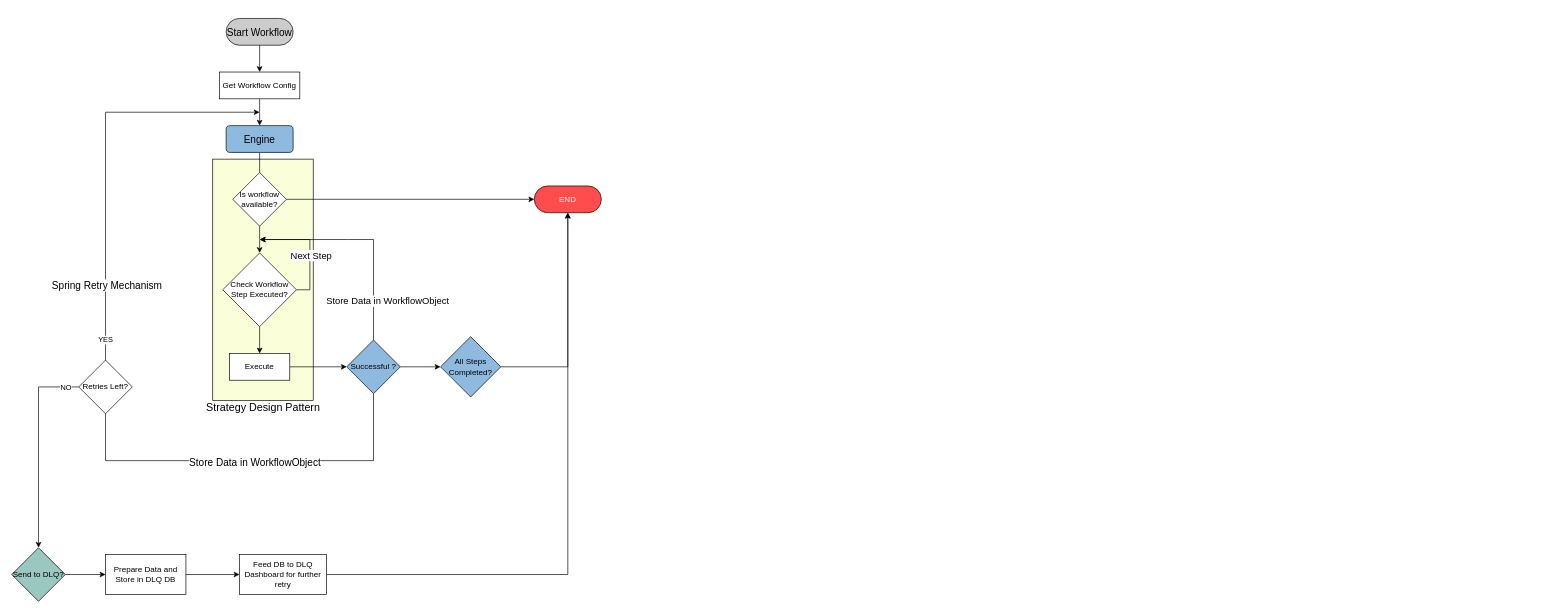
This is Untitled Diagram.drawio from sarathnadavalur/project_processFlows, a draw.io file, before an edit. Source tidied: cells renumbered, new cells numbered last; positions are measured from the earlier drawing's top-left corner, leaving out a move shared by most shapes. Both pictures are drawn from the tidied source at 67%, with x=0, y=0 at pixel (11, 18).
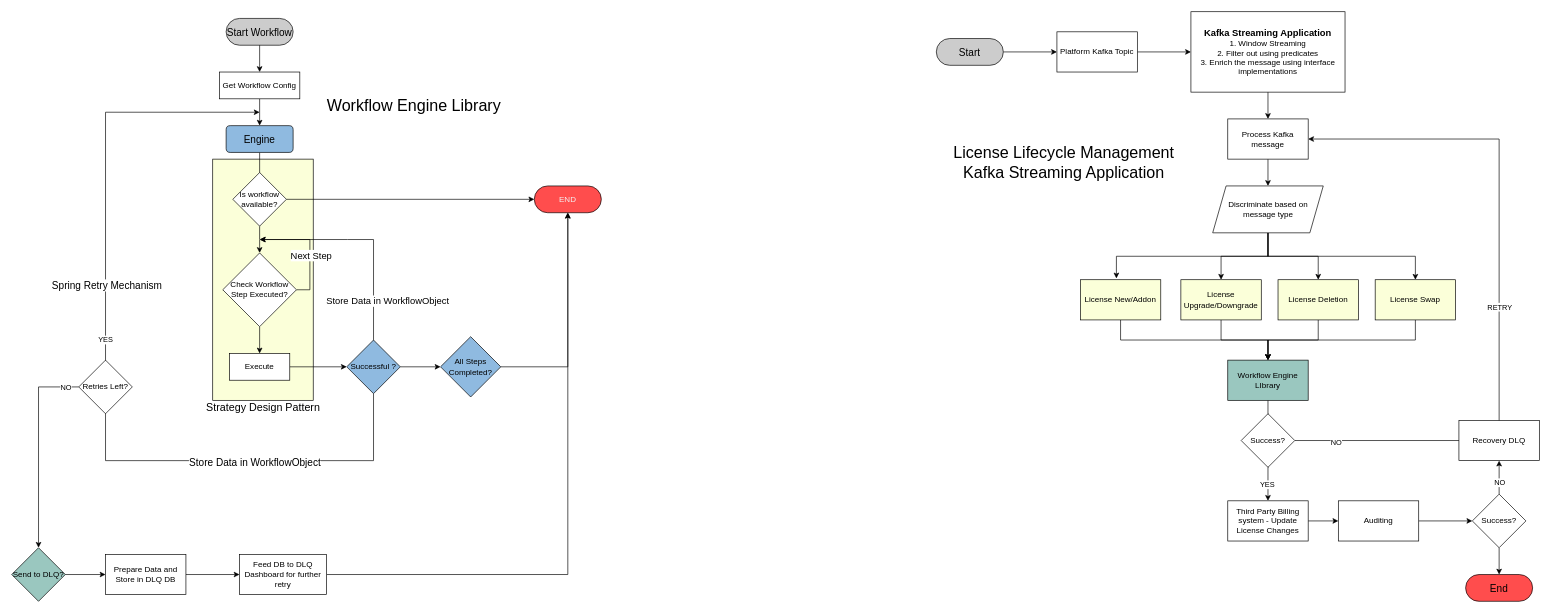
Above is the later version.

Diff of the diagram source:
```diff
@@
+    <mxCell id="39" value="&lt;font style=&quot;font-size: 24px;&quot;&gt;Workflow Engine Library&lt;/font&gt;" style="text;html=1;align=center;verticalAlign=middle;strokeColor=none;fillColor=none;" parent="1" vertex="1">
+      <mxGeometry x="460" y="110" width="280" height="40" as="geometry" />
+    </mxCell>
+    <mxCell id="40" style="edgeStyle=orthogonalEdgeStyle;rounded=0;jettySize=auto;html=1;exitX=1;exitY=0.5;exitDx=0;exitDy=0;" parent="1" edge="1" source="41" target="43">
+      <mxGeometry relative="1" as="geometry" />
+    </mxCell>
+    <mxCell id="41" value="Start" style="rounded=1;whiteSpace=wrap;html=1;arcSize=50;fillColor=#CCCCCC;fontSize=15;" parent="1" vertex="1">
+      <mxGeometry x="1380" y="30" width="100" height="40" as="geometry" />
+    </mxCell>
+    <mxCell id="42" style="edgeStyle=orthogonalEdgeStyle;rounded=0;jettySize=auto;html=1;" parent="1" edge="1" source="43" target="45">
+      <mxGeometry relative="1" as="geometry" />
+    </mxCell>
+    <mxCell id="43" value="Platform Kafka Topic" style="rounded=0;whiteSpace=wrap;html=1;" parent="1" vertex="1">
+      <mxGeometry x="1560" y="20" width="120" height="60" as="geometry" />
+    </mxCell>
+    <mxCell id="44" style="edgeStyle=orthogonalEdgeStyle;rounded=0;jettySize=auto;html=1;" parent="1" edge="1" source="45" target="47">
+      <mxGeometry relative="1" as="geometry" />
+    </mxCell>
+    <mxCell id="45" value="&lt;b&gt;&lt;font style=&quot;font-size: 14px;&quot;&gt;Kafka Streaming Application&lt;/font&gt;&lt;/b&gt;&lt;div&gt;1. Window Streaming&lt;/div&gt;&lt;div&gt;2. Filter out using predicates&lt;/div&gt;&lt;div&gt;3. Enrich the message using interface implementations&lt;/div&gt;" style="whiteSpace=wrap;html=1;rounded=0;" parent="1" vertex="1">
+      <mxGeometry x="1760" y="-10" width="230" height="120" as="geometry" />
+    </mxCell>
+    <mxCell id="46" style="edgeStyle=orthogonalEdgeStyle;rounded=0;jettySize=auto;html=1;" parent="1" edge="1" source="47" target="52">
+      <mxGeometry relative="1" as="geometry" />
+    </mxCell>
+    <mxCell id="47" value="Process Kafka message" style="whiteSpace=wrap;html=1;rounded=0;" parent="1" vertex="1">
+      <mxGeometry x="1815" y="150" width="120" height="60" as="geometry" />
+    </mxCell>
+    <mxCell id="48" style="edgeStyle=orthogonalEdgeStyle;rounded=0;jettySize=auto;html=1;exitX=0.5;exitY=1;exitDx=0;exitDy=0;entryX=0.448;entryY=-0.033;entryDx=0;entryDy=0;entryPerimeter=0;" parent="1" edge="1" source="52" target="54">
+      <mxGeometry relative="1" as="geometry" />
+    </mxCell>
+    <mxCell id="49" style="edgeStyle=orthogonalEdgeStyle;rounded=0;jettySize=auto;html=1;exitX=0.5;exitY=1;exitDx=0;exitDy=0;entryX=0.5;entryY=0;entryDx=0;entryDy=0;" parent="1" edge="1" source="52" target="56">
+      <mxGeometry relative="1" as="geometry" />
+    </mxCell>
+    <mxCell id="50" style="edgeStyle=orthogonalEdgeStyle;rounded=0;jettySize=auto;html=1;exitX=0.5;exitY=1;exitDx=0;exitDy=0;entryX=0.5;entryY=0;entryDx=0;entryDy=0;" parent="1" edge="1" source="52" target="58">
+      <mxGeometry relative="1" as="geometry" />
+    </mxCell>
+    <mxCell id="51" style="edgeStyle=orthogonalEdgeStyle;rounded=0;jettySize=auto;html=1;exitX=0.5;exitY=1;exitDx=0;exitDy=0;entryX=0.5;entryY=0;entryDx=0;entryDy=0;" parent="1" edge="1" source="52" target="60">
+      <mxGeometry relative="1" as="geometry" />
+    </mxCell>
+    <mxCell id="52" value="Discriminate based on message type" style="shape=parallelogram;perimeter=parallelogramPerimeter;whiteSpace=wrap;html=1;fixedSize=1;rounded=0;" parent="1" vertex="1">
+      <mxGeometry x="1792.5" y="250" width="165" height="70" as="geometry" />
+    </mxCell>
+    <mxCell id="53" style="edgeStyle=orthogonalEdgeStyle;rounded=0;jettySize=auto;html=1;exitX=0.5;exitY=1;exitDx=0;exitDy=0;" parent="1" edge="1" source="54" target="63">
+      <mxGeometry relative="1" as="geometry" />
+    </mxCell>
+    <mxCell id="54" value="License New/Addon" style="whiteSpace=wrap;html=1;rounded=0;fillColor=#FBFFD9;" parent="1" vertex="1">
+      <mxGeometry x="1595" y="390" width="120" height="60" as="geometry" />
+    </mxCell>
+    <mxCell id="55" style="edgeStyle=orthogonalEdgeStyle;rounded=0;jettySize=auto;html=1;exitX=0.5;exitY=1;exitDx=0;exitDy=0;entryX=0.5;entryY=0;entryDx=0;entryDy=0;" parent="1" edge="1" source="56" target="63">
+      <mxGeometry relative="1" as="geometry" />
+    </mxCell>
+    <mxCell id="56" value="License Upgrade/Downgrade" style="whiteSpace=wrap;html=1;rounded=0;fillColor=#FBFFD9;" parent="1" vertex="1">
+      <mxGeometry x="1745" y="390" width="120" height="60" as="geometry" />
+    </mxCell>
+    <mxCell id="57" style="edgeStyle=orthogonalEdgeStyle;rounded=0;jettySize=auto;html=1;exitX=0.5;exitY=1;exitDx=0;exitDy=0;entryX=0.5;entryY=0;entryDx=0;entryDy=0;" parent="1" edge="1" source="58" target="63">
+      <mxGeometry relative="1" as="geometry" />
+    </mxCell>
+    <mxCell id="58" value="License Deletion" style="whiteSpace=wrap;html=1;rounded=0;fillColor=#FBFFD9;" parent="1" vertex="1">
+      <mxGeometry x="1890" y="390" width="120" height="60" as="geometry" />
+    </mxCell>
+    <mxCell id="59" style="edgeStyle=orthogonalEdgeStyle;rounded=0;jettySize=auto;html=1;exitX=0.5;exitY=1;exitDx=0;exitDy=0;entryX=0.5;entryY=0;entryDx=0;entryDy=0;" parent="1" edge="1" source="60" target="63">
+      <mxGeometry relative="1" as="geometry" />
+    </mxCell>
+    <mxCell id="60" value="License Swap" style="whiteSpace=wrap;html=1;rounded=0;fillColor=#FBFFD9;" parent="1" vertex="1">
+      <mxGeometry x="2035" y="390" width="120" height="60" as="geometry" />
+    </mxCell>
+    <mxCell id="61" style="edgeStyle=orthogonalEdgeStyle;rounded=0;jettySize=auto;html=1;" parent="1" edge="1" source="63" target="65">
+      <mxGeometry relative="1" as="geometry" />
+    </mxCell>
+    <mxCell id="62" value="YES" style="edgeLabel;html=1;align=center;verticalAlign=middle;" parent="61" vertex="1">
+      <mxGeometry x="0.67" y="-2" relative="1" as="geometry" />
+    </mxCell>
+    <mxCell id="63" value="Workflow Engine LIbrary" style="whiteSpace=wrap;html=1;rounded=0;fillColor=#9AC7BF;" parent="1" vertex="1">
+      <mxGeometry x="1815" y="510" width="120" height="60" as="geometry" />
+    </mxCell>
+    <mxCell id="64" style="edgeStyle=orthogonalEdgeStyle;rounded=0;jettySize=auto;html=1;" parent="1" edge="1" source="65" target="72">
+      <mxGeometry relative="1" as="geometry" />
+    </mxCell>
+    <mxCell id="65" value="Third Party Billing system - Update License Changes" style="whiteSpace=wrap;html=1;rounded=0;" parent="1" vertex="1">
+      <mxGeometry x="1815" y="720" width="120" height="60" as="geometry" />
+    </mxCell>
+    <mxCell id="66" style="edgeStyle=orthogonalEdgeStyle;rounded=0;jettySize=auto;html=1;exitX=1;exitY=0.5;exitDx=0;exitDy=0;entryX=1;entryY=0.5;entryDx=0;entryDy=0;" parent="1" edge="1" source="69" target="47">
+      <mxGeometry relative="1" as="geometry">
+        <Array as="points">
+          <mxPoint x="2220" y="630" />
+          <mxPoint x="2220" y="180" />
+        </Array>
+      </mxGeometry>
+    </mxCell>
+    <mxCell id="67" value="NO" style="edgeLabel;html=1;align=center;verticalAlign=middle;" parent="66" vertex="1">
+      <mxGeometry x="-0.88" y="-2" relative="1" as="geometry">
+        <mxPoint x="-1" as="offset" />
+      </mxGeometry>
+    </mxCell>
+    <mxCell id="68" value="RETRY" style="edgeLabel;html=1;align=center;verticalAlign=middle;" parent="66" vertex="1">
+      <mxGeometry x="-0.69" y="1" relative="1" as="geometry">
+        <mxPoint x="144" y="-199" as="offset" />
+      </mxGeometry>
+    </mxCell>
+    <mxCell id="69" value="Success?" style="rhombus;whiteSpace=wrap;html=1;" parent="1" vertex="1">
+      <mxGeometry x="1835" y="590" width="80" height="80" as="geometry" />
+    </mxCell>
+    <mxCell id="70" value="Recovery DLQ" style="rounded=0;whiteSpace=wrap;html=1;" parent="1" vertex="1">
+      <mxGeometry x="2160" y="600" width="120" height="60" as="geometry" />
+    </mxCell>
+    <mxCell id="71" style="edgeStyle=orthogonalEdgeStyle;rounded=0;jettySize=auto;html=1;exitX=1;exitY=0.5;exitDx=0;exitDy=0;entryX=0;entryY=0.5;entryDx=0;entryDy=0;" parent="1" edge="1" source="72" target="76">
+      <mxGeometry relative="1" as="geometry" />
+    </mxCell>
+    <mxCell id="72" value="Auditing" style="whiteSpace=wrap;html=1;rounded=0;" parent="1" vertex="1">
+      <mxGeometry x="1980" y="720" width="120" height="60" as="geometry" />
+    </mxCell>
+    <mxCell id="73" style="edgeStyle=orthogonalEdgeStyle;rounded=0;jettySize=auto;html=1;exitX=0.5;exitY=0;exitDx=0;exitDy=0;entryX=0.5;entryY=1;entryDx=0;entryDy=0;" parent="1" edge="1" source="76" target="70">
+      <mxGeometry relative="1" as="geometry" />
+    </mxCell>
+    <mxCell id="74" value="NO" style="edgeLabel;html=1;align=center;verticalAlign=middle;" parent="73" vertex="1">
+      <mxGeometry x="-0.28" y="5" relative="1" as="geometry">
+        <mxPoint x="5" as="offset" />
+      </mxGeometry>
+    </mxCell>
+    <mxCell id="75" style="edgeStyle=orthogonalEdgeStyle;rounded=0;jettySize=auto;html=1;entryX=0.5;entryY=0;entryDx=0;entryDy=0;" parent="1" edge="1" source="76" target="77">
+      <mxGeometry relative="1" as="geometry" />
+    </mxCell>
+    <mxCell id="76" value="Success?" style="rhombus;whiteSpace=wrap;html=1;" parent="1" vertex="1">
+      <mxGeometry x="2180" y="710" width="80" height="80" as="geometry" />
+    </mxCell>
+    <mxCell id="77" value="End" style="rounded=1;whiteSpace=wrap;html=1;arcSize=50;fillColor=#FF4D4D;fontSize=15;" parent="1" vertex="1">
+      <mxGeometry x="2170" y="830" width="100" height="40" as="geometry" />
+    </mxCell>
+    <mxCell id="78" value="&lt;font style=&quot;font-size: 24px;&quot;&gt;License Lifecycle Management&lt;/font&gt;&lt;div&gt;&lt;font style=&quot;font-size: 24px;&quot;&gt;Kafka Streaming Application&lt;/font&gt;&lt;/div&gt;" style="text;html=1;align=center;verticalAlign=middle;strokeColor=none;fillColor=none;" parent="1" vertex="1">
+      <mxGeometry x="1395" y="180" width="350" height="70" as="geometry" />
+    </mxCell>
```
